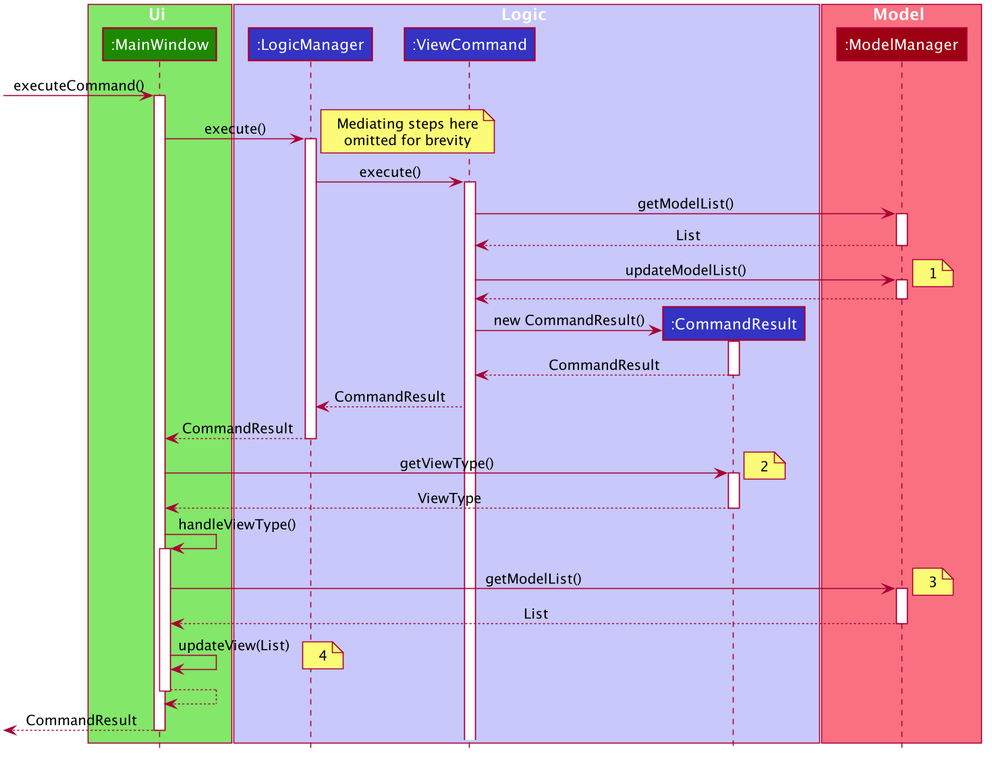
Earlier version of the PlantUML export docs/images/ViewCommandCondensedGenericSequenceDiagram.png (terencemah/main).
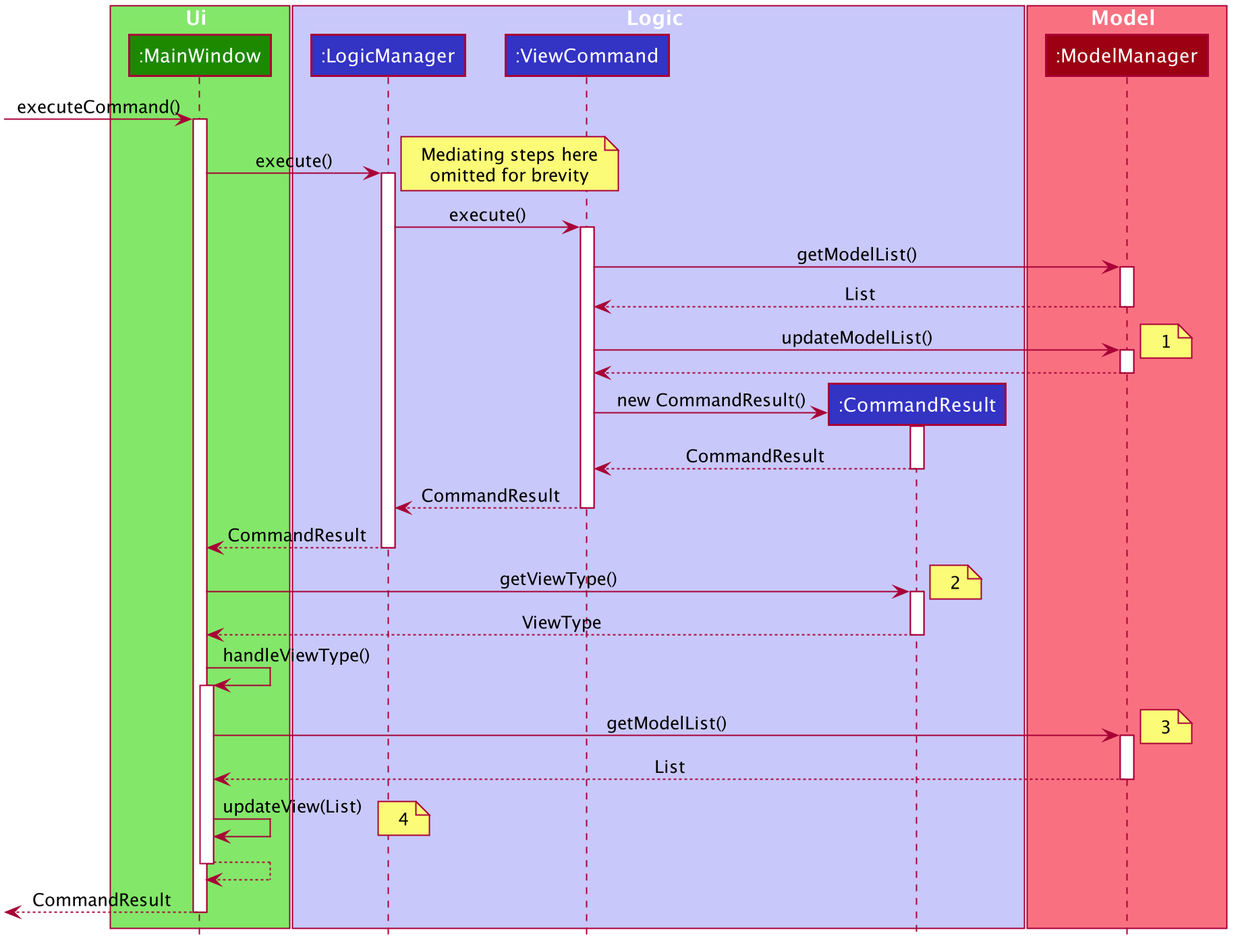
The same file after the commit.

Commit message:
Fix minor error in UML diagrams.

What changed in the source:
```diff
@@ -99,7 +99,7 @@
 deactivate CommandResult
 
 LogicManager <-- ViewCommand : CommandResult
-deactivate CommandResult
+deactivate ViewCommand
 
 MainWindow <-- LogicManager : CommandResult
 deactivate LogicManager
```
